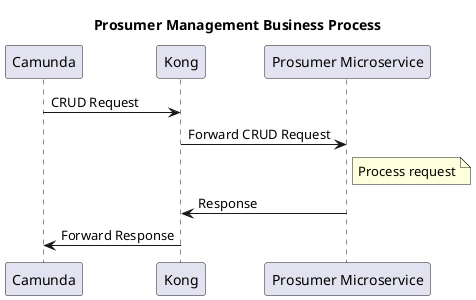
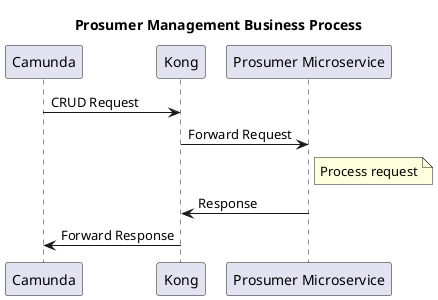
@startuml Prosumer Management Business Process
title Prosumer Management Business Process

participant "Camunda" as C
participant "Kong" as K
participant "Prosumer Microservice" as P

C -> K : CRUD Request
- K -> P : Forward CRUD Request
+ K -> P : Forward Request
note right of P
  Process request
end note
P -> K : Response
K -> C : Forward Response

@enduml
